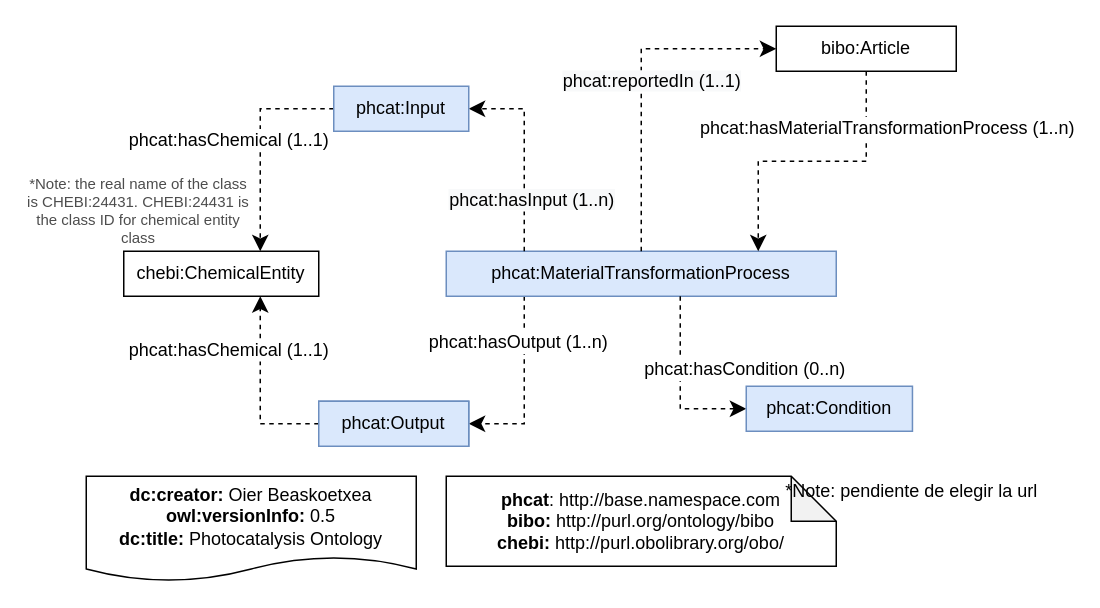
Before: page "1000-feet-overview" (10 of 11) of ontology/photocatalysis-ontology-diagram.drawio in SolarChem/solarchem-ontology, a draw.io diagram. Source tidied: cells renumbered, new cells numbered last; positions are measured from the earlier drawing's top-left corner, leaving out a move shared by most shapes. Both pictures are drawn from the tidied source at 150%, with x=0, y=0 at pixel (26, 26).
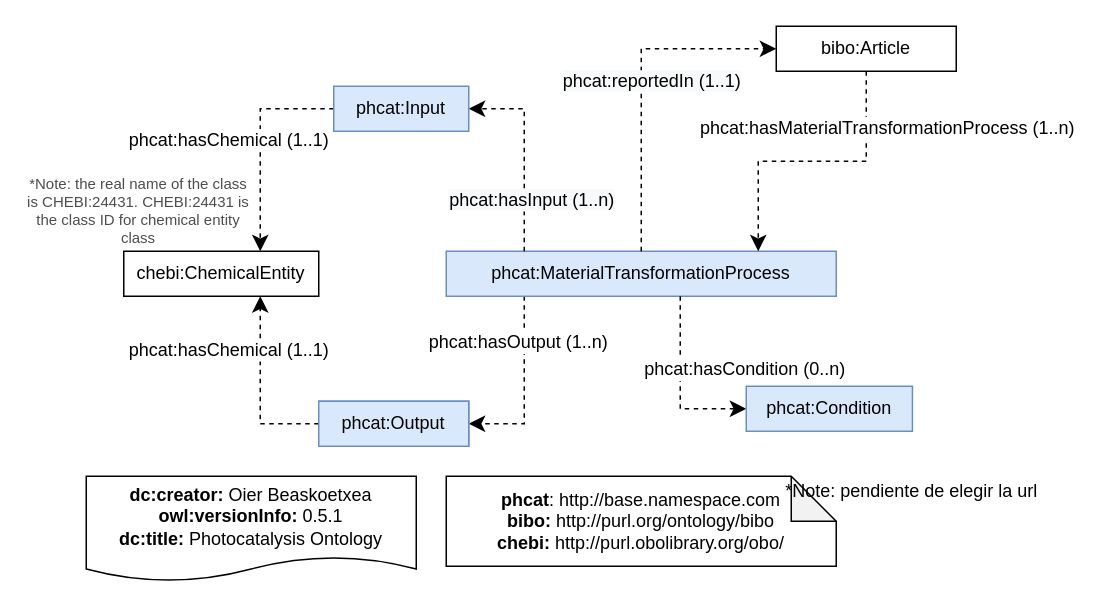
After the change.

The edit, as a diff of the source:
```diff
@@
-    <mxCell id="2" value="&lt;div&gt;&lt;b&gt;dc:creator:&lt;/b&gt;&amp;nbsp;Oier Beaskoetxea&lt;/div&gt;&lt;div&gt;&lt;b&gt;owl:versionInfo:&lt;/b&gt; 0.5&lt;/div&gt;&lt;div&gt;&lt;b&gt;dc:title:&lt;/b&gt;&amp;nbsp;Photocatalysis Ontology&lt;/div&gt;" style="shape=document;whiteSpace=wrap;html=1;boundedLbl=1;labelBackgroundColor=#ffffff;strokeColor=#000000;fontSize=12;fontColor=#000000;size=0.23333333333333334;" parent="1" vertex="1">
+    <mxCell id="2" value="&lt;div&gt;&lt;b&gt;dc:creator:&lt;/b&gt;&amp;nbsp;Oier Beaskoetxea&lt;/div&gt;&lt;div&gt;&lt;b&gt;owl:versionInfo:&lt;/b&gt; 0.5.1&lt;/div&gt;&lt;div&gt;&lt;b&gt;dc:title:&lt;/b&gt;&amp;nbsp;Photocatalysis Ontology&lt;/div&gt;" style="shape=document;whiteSpace=wrap;html=1;boundedLbl=1;labelBackgroundColor=#ffffff;strokeColor=#000000;fontSize=12;fontColor=#000000;size=0.23333333333333334;" parent="1" vertex="1">
       <mxGeometry x="40" y="300" width="220" height="70" as="geometry" />
     </mxCell>
```
